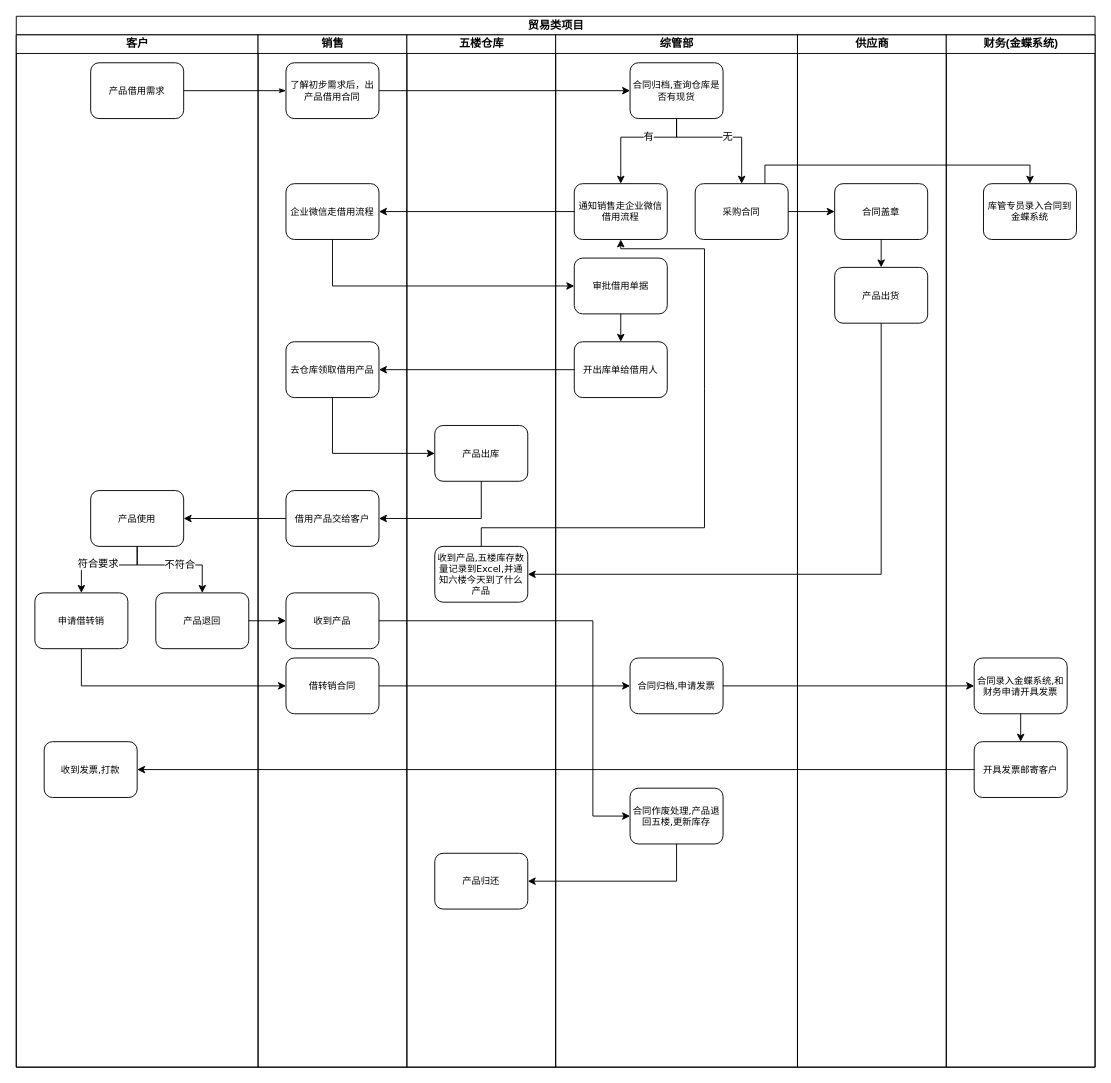
chenyanxi/hosts keeps this draw.io diagram as data/贸易类产品流程.drawio. Above is the earlier version. Source tidied: cells renumbered, new cells numbered last; positions are measured from the earlier drawing's top-left corner, leaving out a move shared by most shapes. Both pictures are drawn from the tidied source at 93%, with x=0, y=0 at pixel (16, 16).
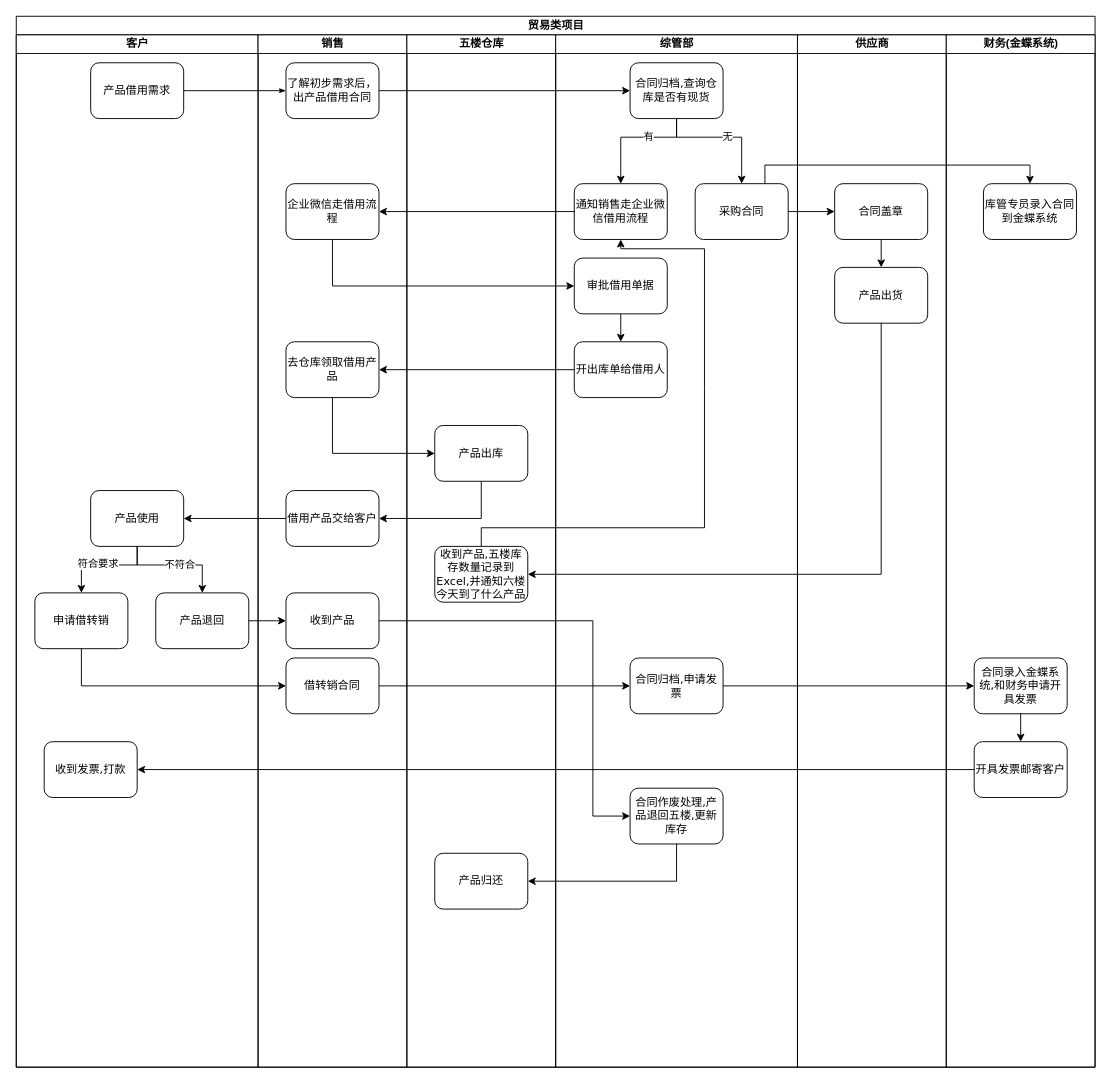
The same page after the edit.

Commit message (it also covers changes not shown here):
更新贸易类产品流程.drawio

The change refers to these unchanged cells:
```xml
<mxCell id="3" value="客户" style="swimlane;html=1;startSize=20;" parent="2" vertex="1">
  <mxGeometry y="20" width="260" height="1110" as="geometry" />
</mxCell>
<mxCell id="23" value="销售" style="swimlane;html=1;startSize=20;" parent="2" vertex="1">
  <mxGeometry x="260" y="20" width="160" height="1110" as="geometry" />
</mxCell>
<mxCell id="30" value="五楼仓库" style="swimlane;html=1;startSize=20;" parent="2" vertex="1">
  <mxGeometry x="420" y="20" width="160" height="1110" as="geometry" />
</mxCell>
<mxCell id="35" value="综管部" style="swimlane;html=1;startSize=20;" parent="2" vertex="1">
  <mxGeometry x="580" y="20" width="260" height="1110" as="geometry" />
</mxCell>
<mxCell id="50" value="供应商" style="swimlane;html=1;startSize=20;" parent="2" vertex="1">
  <mxGeometry x="840" y="20" width="160" height="1110" as="geometry" />
</mxCell>
<mxCell id="55" value="财务(金蝶系统)" style="swimlane;html=1;startSize=20;" parent="2" vertex="1">
  <mxGeometry x="1000" y="20" width="160" height="1110" as="geometry" />
</mxCell>
```

The edit, as a diff of the source:
```diff
@@
-    <mxCell id="4" value="&lt;span style=&quot;font-size: 10px;&quot;&gt;产品借用需求&lt;/span&gt;" style="rounded=1;whiteSpace=wrap;html=1;shadow=0;labelBackgroundColor=none;strokeWidth=1;fontFamily=Verdana;fontSize=8;align=center;" parent="3" vertex="1">
+    <mxCell id="4" value="&lt;font style=&quot;font-size: 12px;&quot;&gt;产品借用需求&lt;/font&gt;" style="rounded=1;whiteSpace=wrap;html=1;shadow=0;labelBackgroundColor=none;strokeWidth=1;fontFamily=Verdana;fontSize=8;align=center;" parent="3" vertex="1">
       <mxGeometry x="80" y="30" width="100" height="60" as="geometry" />
     </mxCell>
-    <mxCell id="5" value="&lt;span style=&quot;font-size: 10px;&quot;&gt;产品使用&lt;/span&gt;" style="rounded=1;whiteSpace=wrap;html=1;shadow=0;labelBackgroundColor=none;strokeWidth=1;fontFamily=Verdana;fontSize=8;align=center;" parent="3" vertex="1">
+    <mxCell id="5" value="&lt;font style=&quot;font-size: 12px;&quot;&gt;产品使用&lt;/font&gt;" style="rounded=1;whiteSpace=wrap;html=1;shadow=0;labelBackgroundColor=none;strokeWidth=1;fontFamily=Verdana;fontSize=8;align=center;" parent="3" vertex="1">
       <mxGeometry x="80" y="490" width="100" height="60" as="geometry" />
     </mxCell>
-    <mxCell id="6" value="&lt;span style=&quot;font-size: 10px;&quot;&gt;申请借转销&lt;/span&gt;" style="rounded=1;whiteSpace=wrap;html=1;shadow=0;labelBackgroundColor=none;strokeWidth=1;fontFamily=Verdana;fontSize=8;align=center;" parent="3" vertex="1">
+    <mxCell id="6" value="&lt;font style=&quot;font-size: 12px;&quot;&gt;申请借转销&lt;/font&gt;" style="rounded=1;whiteSpace=wrap;html=1;shadow=0;labelBackgroundColor=none;strokeWidth=1;fontFamily=Verdana;fontSize=8;align=center;" parent="3" vertex="1">
       <mxGeometry x="20" y="600" width="100" height="60" as="geometry" />
     </mxCell>
-    <mxCell id="7" value="&lt;span style=&quot;font-size: 10px;&quot;&gt;产品退回&lt;/span&gt;" style="rounded=1;whiteSpace=wrap;html=1;shadow=0;labelBackgroundColor=none;strokeWidth=1;fontFamily=Verdana;fontSize=8;align=center;" parent="3" vertex="1">
+    <mxCell id="7" value="&lt;font style=&quot;font-size: 12px;&quot;&gt;产品退回&lt;/font&gt;" style="rounded=1;whiteSpace=wrap;html=1;shadow=0;labelBackgroundColor=none;strokeWidth=1;fontFamily=Verdana;fontSize=8;align=center;" parent="3" vertex="1">
       <mxGeometry x="150" y="600" width="100" height="60" as="geometry" />
     </mxCell>
@@
-    <mxCell id="12" value="&lt;span style=&quot;font-size: 10px;&quot;&gt;收到发票,打款&lt;/span&gt;" style="rounded=1;whiteSpace=wrap;html=1;shadow=0;labelBackgroundColor=none;strokeWidth=1;fontFamily=Verdana;fontSize=8;align=center;" parent="3" vertex="1">
+    <mxCell id="12" value="&lt;font style=&quot;font-size: 12px;&quot;&gt;收到发票,打款&lt;/font&gt;" style="rounded=1;whiteSpace=wrap;html=1;shadow=0;labelBackgroundColor=none;strokeWidth=1;fontFamily=Verdana;fontSize=8;align=center;" parent="3" vertex="1">
       <mxGeometry x="30" y="760" width="100" height="60" as="geometry" />
     </mxCell>
@@
-    <mxCell id="24" value="&lt;font style=&quot;font-size: 10px;&quot;&gt;了解初步需求后，出产品借用合同&lt;/font&gt;" style="rounded=1;whiteSpace=wrap;html=1;shadow=0;labelBackgroundColor=none;strokeWidth=1;fontFamily=Verdana;fontSize=8;align=center;" parent="23" vertex="1">
+    <mxCell id="24" value="&lt;font style=&quot;font-size: 12px;&quot;&gt;了解初步需求后，出产品借用合同&lt;/font&gt;" style="rounded=1;whiteSpace=wrap;html=1;shadow=0;labelBackgroundColor=none;strokeWidth=1;fontFamily=Verdana;fontSize=8;align=center;" parent="23" vertex="1">
       <mxGeometry x="30" y="30" width="100" height="60" as="geometry" />
     </mxCell>
-    <mxCell id="25" value="&lt;font style=&quot;font-size: 10px;&quot;&gt;企业微信走借用流程&lt;/font&gt;" style="rounded=1;whiteSpace=wrap;html=1;shadow=0;labelBackgroundColor=none;strokeWidth=1;fontFamily=Verdana;fontSize=8;align=center;" parent="23" vertex="1">
+    <mxCell id="25" value="&lt;font style=&quot;font-size: 12px;&quot;&gt;企业微信走借用流程&lt;/font&gt;" style="rounded=1;whiteSpace=wrap;html=1;shadow=0;labelBackgroundColor=none;strokeWidth=1;fontFamily=Verdana;fontSize=8;align=center;" parent="23" vertex="1">
       <mxGeometry x="30" y="160" width="100" height="60" as="geometry" />
     </mxCell>
-    <mxCell id="26" value="&lt;font style=&quot;font-size: 10px;&quot;&gt;去仓库领取借用产品&lt;/font&gt;" style="rounded=1;whiteSpace=wrap;html=1;shadow=0;labelBackgroundColor=none;strokeWidth=1;fontFamily=Verdana;fontSize=8;align=center;" parent="23" vertex="1">
+    <mxCell id="26" value="&lt;font style=&quot;font-size: 12px;&quot;&gt;去仓库领取借用产品&lt;/font&gt;" style="rounded=1;whiteSpace=wrap;html=1;shadow=0;labelBackgroundColor=none;strokeWidth=1;fontFamily=Verdana;fontSize=8;align=center;" parent="23" vertex="1">
       <mxGeometry x="30" y="330" width="100" height="60" as="geometry" />
     </mxCell>
-    <mxCell id="27" value="&lt;span style=&quot;font-size: 10px;&quot;&gt;借用产品交给客户&lt;/span&gt;" style="rounded=1;whiteSpace=wrap;html=1;shadow=0;labelBackgroundColor=none;strokeWidth=1;fontFamily=Verdana;fontSize=8;align=center;" parent="23" vertex="1">
+    <mxCell id="27" value="&lt;font style=&quot;font-size: 12px;&quot;&gt;借用产品交给客户&lt;/font&gt;" style="rounded=1;whiteSpace=wrap;html=1;shadow=0;labelBackgroundColor=none;strokeWidth=1;fontFamily=Verdana;fontSize=8;align=center;" parent="23" vertex="1">
       <mxGeometry x="30" y="490" width="100" height="60" as="geometry" />
     </mxCell>
-    <mxCell id="28" value="&lt;span style=&quot;font-size: 10px;&quot;&gt;借转销合同&lt;/span&gt;" style="rounded=1;whiteSpace=wrap;html=1;shadow=0;labelBackgroundColor=none;strokeWidth=1;fontFamily=Verdana;fontSize=8;align=center;" parent="23" vertex="1">
+    <mxCell id="28" value="&lt;font style=&quot;font-size: 12px;&quot;&gt;借转销合同&lt;/font&gt;" style="rounded=1;whiteSpace=wrap;html=1;shadow=0;labelBackgroundColor=none;strokeWidth=1;fontFamily=Verdana;fontSize=8;align=center;" parent="23" vertex="1">
       <mxGeometry x="30" y="670" width="100" height="60" as="geometry" />
     </mxCell>
-    <mxCell id="29" value="&lt;span style=&quot;font-size: 10px;&quot;&gt;收到产品&lt;/span&gt;" style="rounded=1;whiteSpace=wrap;html=1;shadow=0;labelBackgroundColor=none;strokeWidth=1;fontFamily=Verdana;fontSize=8;align=center;" parent="23" vertex="1">
+    <mxCell id="29" value="&lt;font style=&quot;font-size: 12px;&quot;&gt;收到产品&lt;/font&gt;" style="rounded=1;whiteSpace=wrap;html=1;shadow=0;labelBackgroundColor=none;strokeWidth=1;fontFamily=Verdana;fontSize=8;align=center;" parent="23" vertex="1">
       <mxGeometry x="30" y="600" width="100" height="60" as="geometry" />
     </mxCell>
@@
-    <mxCell id="32" value="&lt;font style=&quot;font-size: 10px;&quot;&gt;产品出库&lt;/font&gt;" style="rounded=1;whiteSpace=wrap;html=1;shadow=0;labelBackgroundColor=none;strokeWidth=1;fontFamily=Verdana;fontSize=8;align=center;" parent="30" vertex="1">
+    <mxCell id="32" value="&lt;font style=&quot;font-size: 12px;&quot;&gt;产品出库&lt;/font&gt;" style="rounded=1;whiteSpace=wrap;html=1;shadow=0;labelBackgroundColor=none;strokeWidth=1;fontFamily=Verdana;fontSize=8;align=center;" parent="30" vertex="1">
       <mxGeometry x="30" y="420" width="100" height="60" as="geometry" />
     </mxCell>
-    <mxCell id="33" value="&lt;font style=&quot;font-size: 10px;&quot;&gt;收到产品,五楼库存数量记录到Excel,并通知六楼今天到了什么产品&lt;/font&gt;" style="rounded=1;whiteSpace=wrap;html=1;shadow=0;labelBackgroundColor=none;strokeWidth=1;fontFamily=Verdana;fontSize=8;align=center;" parent="30" vertex="1">
+    <mxCell id="33" value="&lt;font style=&quot;font-size: 12px;&quot;&gt;收到产品,五楼库存数量记录到Excel,并通知六楼今天到了什么产品&lt;/font&gt;" style="rounded=1;whiteSpace=wrap;html=1;shadow=0;labelBackgroundColor=none;strokeWidth=1;fontFamily=Verdana;fontSize=8;align=center;" parent="30" vertex="1">
       <mxGeometry x="30" y="550" width="100" height="60" as="geometry" />
     </mxCell>
-    <mxCell id="34" value="&lt;span style=&quot;font-size: 10px;&quot;&gt;产品归还&lt;/span&gt;" style="rounded=1;whiteSpace=wrap;html=1;shadow=0;labelBackgroundColor=none;strokeWidth=1;fontFamily=Verdana;fontSize=8;align=center;" parent="30" vertex="1">
+    <mxCell id="34" value="&lt;font style=&quot;font-size: 12px;&quot;&gt;产品归还&lt;/font&gt;" style="rounded=1;whiteSpace=wrap;html=1;shadow=0;labelBackgroundColor=none;strokeWidth=1;fontFamily=Verdana;fontSize=8;align=center;" parent="30" vertex="1">
       <mxGeometry x="30" y="880" width="100" height="60" as="geometry" />
     </mxCell>
@@
-    <mxCell id="38" value="&lt;font style=&quot;font-size: 10px;&quot;&gt;合同归档,查询仓库是否有现货&lt;/font&gt;" style="rounded=1;whiteSpace=wrap;html=1;shadow=0;labelBackgroundColor=none;strokeWidth=1;fontFamily=Verdana;fontSize=8;align=center;" parent="35" vertex="1">
+    <mxCell id="38" value="&lt;font style=&quot;font-size: 12px;&quot;&gt;合同归档,查询仓库是否有现货&lt;/font&gt;" style="rounded=1;whiteSpace=wrap;html=1;shadow=0;labelBackgroundColor=none;strokeWidth=1;fontFamily=Verdana;fontSize=8;align=center;" parent="35" vertex="1">
       <mxGeometry x="80" y="30" width="100" height="60" as="geometry" />
     </mxCell>
-    <mxCell id="39" value="&lt;font style=&quot;font-size: 10px;&quot;&gt;通知销售走企业微信借用流程&lt;/font&gt;" style="rounded=1;whiteSpace=wrap;html=1;shadow=0;labelBackgroundColor=none;strokeWidth=1;fontFamily=Verdana;fontSize=8;align=center;" parent="35" vertex="1">
+    <mxCell id="39" value="&lt;font style=&quot;font-size: 12px;&quot;&gt;通知销售走企业微信借用流程&lt;/font&gt;" style="rounded=1;whiteSpace=wrap;html=1;shadow=0;labelBackgroundColor=none;strokeWidth=1;fontFamily=Verdana;fontSize=8;align=center;" parent="35" vertex="1">
       <mxGeometry x="20" y="160" width="100" height="60" as="geometry" />
     </mxCell>
-    <mxCell id="40" value="&lt;span style=&quot;font-size: 10px;&quot;&gt;采购合同&lt;/span&gt;" style="rounded=1;whiteSpace=wrap;html=1;shadow=0;labelBackgroundColor=none;strokeWidth=1;fontFamily=Verdana;fontSize=8;align=center;" parent="35" vertex="1">
+    <mxCell id="40" value="&lt;font style=&quot;font-size: 12px;&quot;&gt;采购合同&lt;/font&gt;" style="rounded=1;whiteSpace=wrap;html=1;shadow=0;labelBackgroundColor=none;strokeWidth=1;fontFamily=Verdana;fontSize=8;align=center;" parent="35" vertex="1">
       <mxGeometry x="150" y="160" width="100" height="60" as="geometry" />
     </mxCell>
@@
-    <mxCell id="45" value="&lt;font style=&quot;font-size: 10px;&quot;&gt;审批借用单据&lt;/font&gt;" style="rounded=1;whiteSpace=wrap;html=1;shadow=0;labelBackgroundColor=none;strokeWidth=1;fontFamily=Verdana;fontSize=8;align=center;" parent="35" vertex="1">
+    <mxCell id="45" value="&lt;font style=&quot;font-size: 12px;&quot;&gt;审批借用单据&lt;/font&gt;" style="rounded=1;whiteSpace=wrap;html=1;shadow=0;labelBackgroundColor=none;strokeWidth=1;fontFamily=Verdana;fontSize=8;align=center;" parent="35" vertex="1">
       <mxGeometry x="20" y="240" width="100" height="60" as="geometry" />
     </mxCell>
-    <mxCell id="46" value="&lt;font style=&quot;font-size: 10px;&quot;&gt;开出库单给借用人&lt;/font&gt;" style="rounded=1;whiteSpace=wrap;html=1;shadow=0;labelBackgroundColor=none;strokeWidth=1;fontFamily=Verdana;fontSize=8;align=center;" parent="35" vertex="1">
+    <mxCell id="46" value="&lt;font style=&quot;font-size: 12px;&quot;&gt;开出库单给借用人&lt;/font&gt;" style="rounded=1;whiteSpace=wrap;html=1;shadow=0;labelBackgroundColor=none;strokeWidth=1;fontFamily=Verdana;fontSize=8;align=center;" parent="35" vertex="1">
       <mxGeometry x="20" y="330" width="100" height="60" as="geometry" />
     </mxCell>
@@
-    <mxCell id="48" value="&lt;span style=&quot;font-size: 10px;&quot;&gt;合同&lt;/span&gt;&lt;span style=&quot;font-size: 10px;&quot;&gt;归档&lt;/span&gt;&lt;span style=&quot;font-size: 10px;&quot;&gt;,申请发票&lt;/span&gt;" style="rounded=1;whiteSpace=wrap;html=1;shadow=0;labelBackgroundColor=none;strokeWidth=1;fontFamily=Verdana;fontSize=8;align=center;" parent="35" vertex="1">
+    <mxCell id="48" value="&lt;font style=&quot;font-size: 12px;&quot;&gt;合同归档,申请发票&lt;/font&gt;" style="rounded=1;whiteSpace=wrap;html=1;shadow=0;labelBackgroundColor=none;strokeWidth=1;fontFamily=Verdana;fontSize=8;align=center;" parent="35" vertex="1">
       <mxGeometry x="80" y="670" width="100" height="60" as="geometry" />
     </mxCell>
-    <mxCell id="49" value="&lt;span style=&quot;font-size: 10px;&quot;&gt;合同作废处理,产品退回五楼,更新库存&lt;/span&gt;" style="rounded=1;whiteSpace=wrap;html=1;shadow=0;labelBackgroundColor=none;strokeWidth=1;fontFamily=Verdana;fontSize=8;align=center;" parent="35" vertex="1">
+    <mxCell id="49" value="&lt;font style=&quot;font-size: 12px;&quot;&gt;合同作废处理,产品退回五楼,更新库存&lt;/font&gt;" style="rounded=1;whiteSpace=wrap;html=1;shadow=0;labelBackgroundColor=none;strokeWidth=1;fontFamily=Verdana;fontSize=8;align=center;" parent="35" vertex="1">
       <mxGeometry x="80" y="810" width="100" height="60" as="geometry" />
     </mxCell>
@@
-    <mxCell id="51" value="&lt;font style=&quot;font-size: 10px;&quot;&gt;合同盖章&lt;/font&gt;" style="rounded=1;whiteSpace=wrap;html=1;shadow=0;labelBackgroundColor=none;strokeWidth=1;fontFamily=Verdana;fontSize=8;align=center;" parent="50" vertex="1">
+    <mxCell id="51" value="&lt;font style=&quot;font-size: 12px;&quot;&gt;合同盖章&lt;/font&gt;" style="rounded=1;whiteSpace=wrap;html=1;shadow=0;labelBackgroundColor=none;strokeWidth=1;fontFamily=Verdana;fontSize=8;align=center;" parent="50" vertex="1">
       <mxGeometry x="40" y="160" width="100" height="60" as="geometry" />
     </mxCell>
-    <mxCell id="52" value="&lt;font style=&quot;font-size: 10px;&quot;&gt;产品出货&lt;/font&gt;" style="rounded=1;whiteSpace=wrap;html=1;shadow=0;labelBackgroundColor=none;strokeWidth=1;fontFamily=Verdana;fontSize=8;align=center;" parent="50" vertex="1">
+    <mxCell id="52" value="&lt;font style=&quot;font-size: 12px;&quot;&gt;产品出货&lt;/font&gt;" style="rounded=1;whiteSpace=wrap;html=1;shadow=0;labelBackgroundColor=none;strokeWidth=1;fontFamily=Verdana;fontSize=8;align=center;" parent="50" vertex="1">
       <mxGeometry x="40" y="250" width="100" height="60" as="geometry" />
     </mxCell>
@@
-    <mxCell id="56" value="&lt;span style=&quot;font-size: 10px;&quot;&gt;库管专员录入合同到金蝶系统&lt;/span&gt;" style="rounded=1;whiteSpace=wrap;html=1;shadow=0;labelBackgroundColor=none;strokeWidth=1;fontFamily=Verdana;fontSize=8;align=center;" parent="55" vertex="1">
+    <mxCell id="56" value="&lt;font style=&quot;font-size: 12px;&quot;&gt;库管专员录入合同到金蝶系统&lt;/font&gt;" style="rounded=1;whiteSpace=wrap;html=1;shadow=0;labelBackgroundColor=none;strokeWidth=1;fontFamily=Verdana;fontSize=8;align=center;" parent="55" vertex="1">
       <mxGeometry x="40" y="160" width="100" height="60" as="geometry" />
     </mxCell>
-    <mxCell id="57" value="&lt;span style=&quot;font-size: 10px;&quot;&gt;合同录入金蝶系统,和财务申请开具发票&lt;/span&gt;" style="rounded=1;whiteSpace=wrap;html=1;shadow=0;labelBackgroundColor=none;strokeWidth=1;fontFamily=Verdana;fontSize=8;align=center;" parent="55" vertex="1">
+    <mxCell id="57" value="&lt;font style=&quot;font-size: 12px;&quot;&gt;合同录入金蝶系统,和财务申请开具发票&lt;/font&gt;" style="rounded=1;whiteSpace=wrap;html=1;shadow=0;labelBackgroundColor=none;strokeWidth=1;fontFamily=Verdana;fontSize=8;align=center;" parent="55" vertex="1">
       <mxGeometry x="30" y="670" width="100" height="60" as="geometry" />
     </mxCell>
-    <mxCell id="58" value="&lt;span style=&quot;font-size: 10px;&quot;&gt;开具发票邮寄客户&lt;/span&gt;" style="rounded=1;whiteSpace=wrap;html=1;shadow=0;labelBackgroundColor=none;strokeWidth=1;fontFamily=Verdana;fontSize=8;align=center;" parent="55" vertex="1">
+    <mxCell id="58" value="&lt;font style=&quot;font-size: 12px;&quot;&gt;开具发票邮寄客户&lt;/font&gt;" style="rounded=1;whiteSpace=wrap;html=1;shadow=0;labelBackgroundColor=none;strokeWidth=1;fontFamily=Verdana;fontSize=8;align=center;" parent="55" vertex="1">
       <mxGeometry x="30" y="760" width="100" height="60" as="geometry" />
     </mxCell>
```
